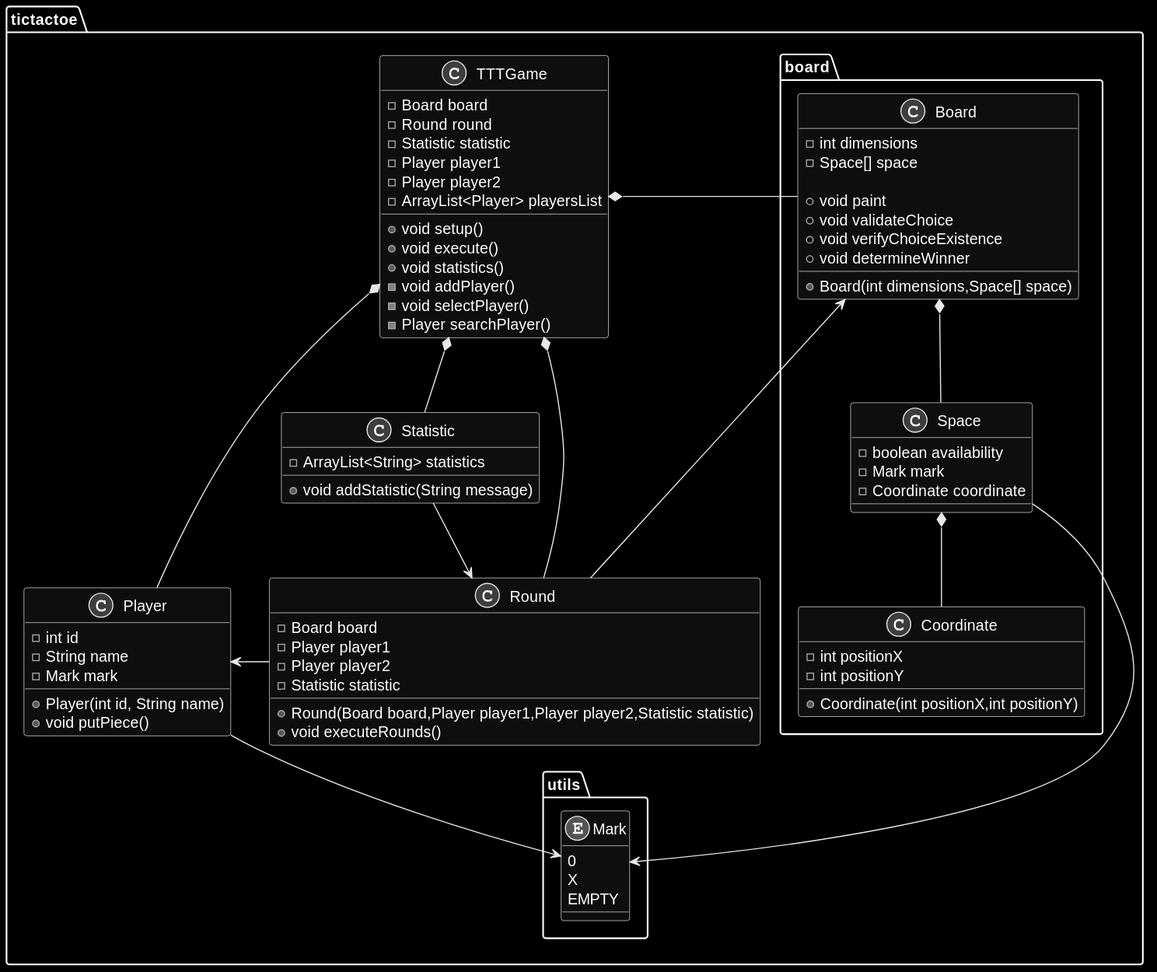
Before: docs/ClassModel.svg, a diagram exported from PlantUML (oliver-sierra-telus/DSU-TicTacToe).
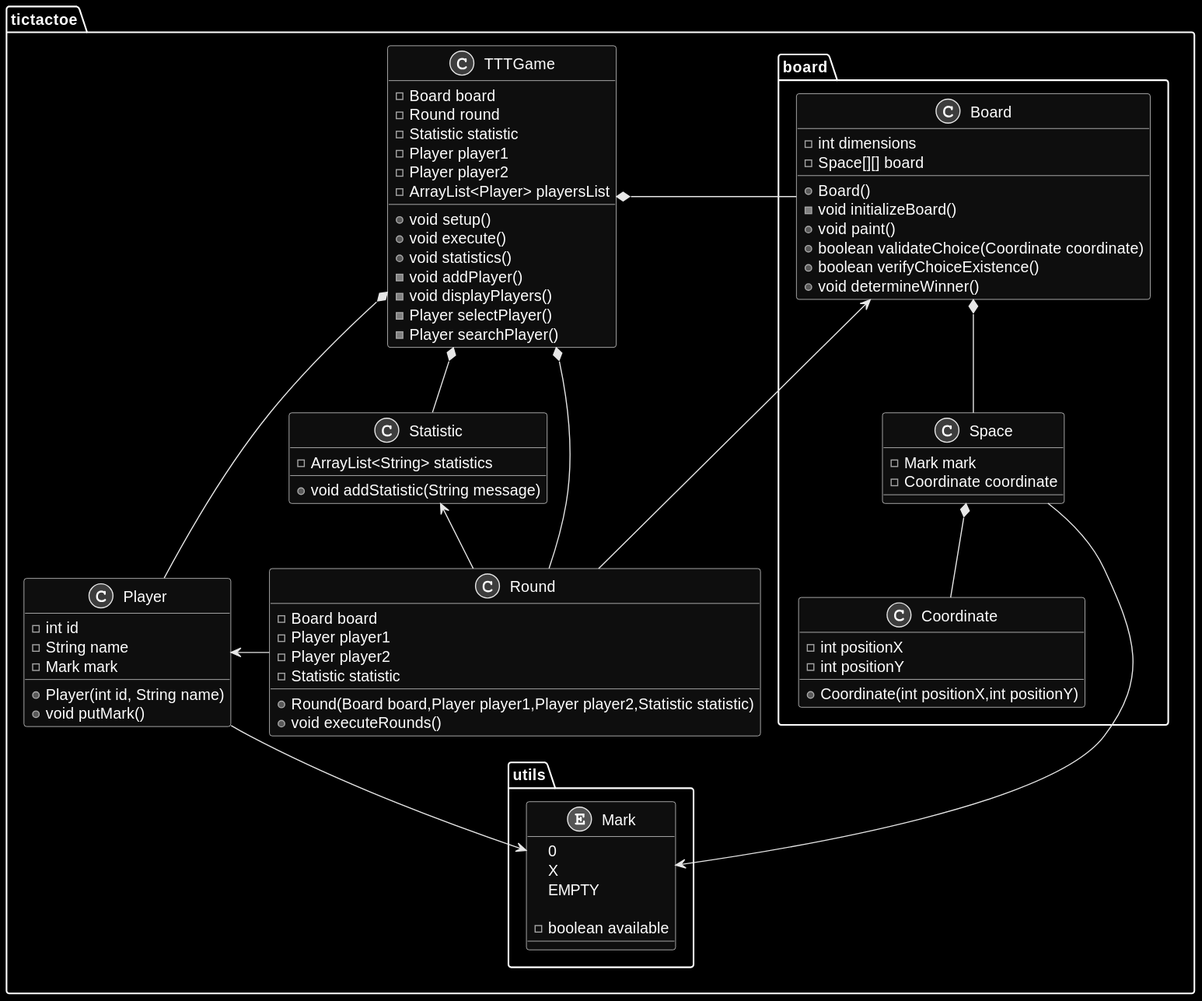
The same diagram one commit later.

Commit message:
Modify: class diagram image

What changed in the source:
```diff
@@ -15,7 +15,8 @@
         +void execute()
         +void statistics()
         -void addPlayer()
-        -void selectPlayer()
+        -void displayPlayers()
+        -Player selectPlayer()
         -Player searchPlayer()
     }
 
@@ -25,7 +26,7 @@
         -Mark mark
 
         +Player(int id, String name)
-        +void putPiece()
+        +void putMark()
     }
 
     class Round{
@@ -47,17 +48,17 @@
     package board{
         class Board{
             -int dimensions
-            -Space[] space
+            -Space[][] board
 
-            +Board(int dimensions,Space[] space)
-            +void paint
-            +void validateChoice
-            +void verifyChoiceExistence
-            +void determineWinner
+            +Board()
+            -void initializeBoard()
+            +void paint()
+            +boolean validateChoice(Coordinate coordinate)
+            +boolean verifyChoiceExistence()
+            +void determineWinner()
         }
 
         class Space{
-            -boolean availability
             -Mark mark
             -Coordinate coordinate
         }
@@ -75,6 +76,8 @@
             0
             X
             EMPTY
+
+            -boolean available
         }
     }
 }
@@ -91,7 +94,7 @@
 Round -left-> Board
 Round -right-> Player
 
-Statistic --> Round
+Statistic <-- Round
 
 Player --> Mark
 Space --> Mark
```
